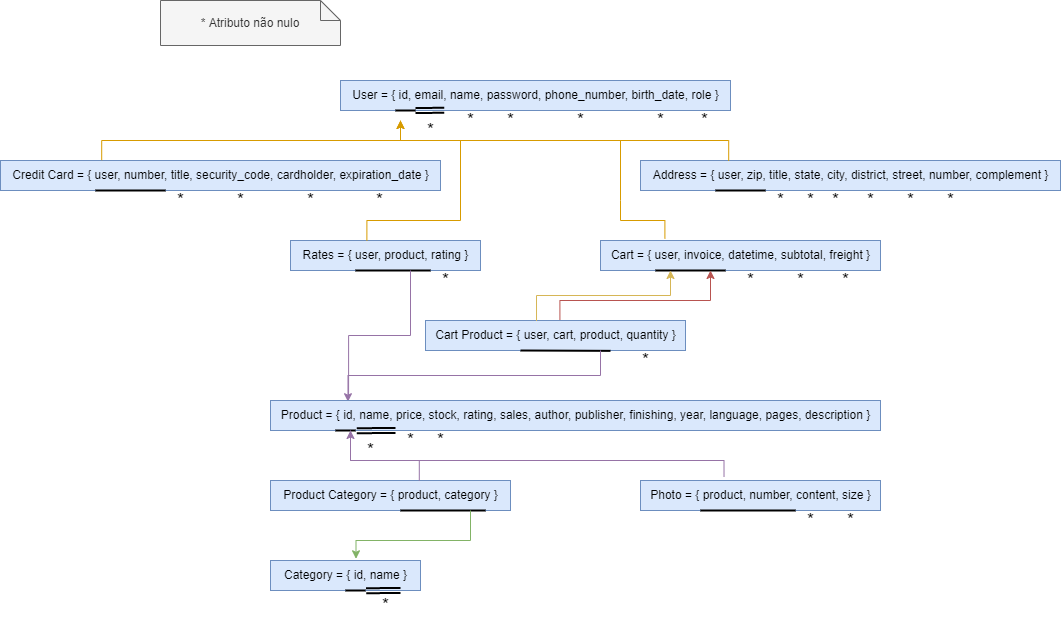
Earlier version of the draw.io export github/MR.png (jlrconstantino/bookstore-ecommerce). Source tidied: cells renumbered, new cells last; positions are measured from the earlier drawing's top-left corner, leaving out a move shared by most shapes.
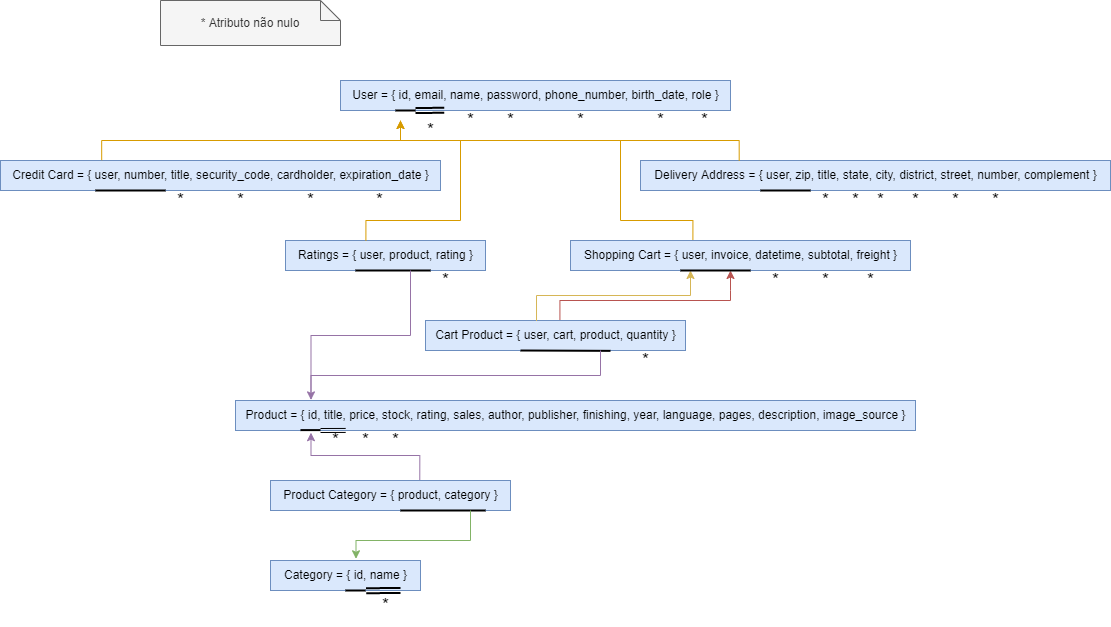
Above is the later version.

Diff of the diagram source:
```diff
@@ -5,32 +5,11 @@
     <mxCell id="2" value="* Atributo não nulo" style="shape=note;size=20;whiteSpace=wrap;html=1;fillColor=#f5f5f5;fontColor=#333333;strokeColor=#666666;" parent="1" vertex="1">
       <mxGeometry x="160" width="180" height="45" as="geometry" />
     </mxCell>
-    <mxCell id="3" style="group;" parent="1" vertex="1">
-      <mxGeometry x="600" y="240" width="280" height="60" as="geometry" />
-    </mxCell>
-    <mxCell id="4" value="Cart = { user, invoice, datetime, subtotal, freight }" style="text;html=1;align=center;verticalAlign=middle;points=[];strokeColor=#6c8ebf;fillColor=#dae8fc;fontSize=12;" parent="3" vertex="1">
-      <mxGeometry width="280" height="30" as="geometry" />
-    </mxCell>
-    <mxCell id="5" style="endArrow=none;html=1;rounded=0;strokeWidth=2;" parent="3" edge="1">
-      <mxGeometry relative="1" as="geometry">
-        <mxPoint x="55" y="30" as="sourcePoint" />
-        <mxPoint x="125" y="30" as="targetPoint" />
-      </mxGeometry>
-    </mxCell>
-    <mxCell id="6" value="*" style="text;html=1;align=center;verticalAlign=middle;strokeColor=none;fillColor=none;fontSize=18;" parent="3" vertex="1">
-      <mxGeometry x="135" y="20" width="30" height="40" as="geometry" />
-    </mxCell>
-    <mxCell id="7" value="*" style="text;html=1;align=center;verticalAlign=middle;strokeColor=none;fillColor=none;fontSize=18;" parent="3" vertex="1">
-      <mxGeometry x="185" y="20" width="30" height="40" as="geometry" />
-    </mxCell>
-    <mxCell id="8" value="*" style="text;html=1;align=center;verticalAlign=middle;strokeColor=none;fillColor=none;fontSize=18;" parent="3" vertex="1">
-      <mxGeometry x="230" y="20" width="30" height="40" as="geometry" />
-    </mxCell>
     <mxCell id="9" style="group;" parent="1" vertex="1">
-      <mxGeometry x="290" y="240" width="190" height="60" as="geometry" />
+      <mxGeometry x="290" y="240" width="195" height="60" as="geometry" />
     </mxCell>
-    <mxCell id="10" value="Rates = { user, product, rating }" style="text;html=1;align=center;verticalAlign=middle;points=[];strokeColor=#6c8ebf;fillColor=#dae8fc;fontSize=12;" parent="9" vertex="1">
-      <mxGeometry width="190" height="30" as="geometry" />
+    <mxCell id="10" value="Ratings = { user, product, rating }" style="text;html=1;align=center;verticalAlign=middle;points=[];strokeColor=#6c8ebf;fillColor=#dae8fc;fontSize=12;" parent="9" vertex="1">
+      <mxGeometry x="-5" width="200" height="30" as="geometry" />
     </mxCell>
     <mxCell id="11" style="endArrow=none;html=1;rounded=0;strokeWidth=2;" parent="9" edge="1">
       <mxGeometry relative="1" as="geometry">
@@ -41,24 +20,6 @@
     <mxCell id="12" value="*" style="text;html=1;align=center;verticalAlign=middle;strokeColor=none;fillColor=none;fontSize=18;" parent="9" vertex="1">
       <mxGeometry x="140" y="20" width="30" height="40" as="geometry" />
     </mxCell>
-    <mxCell id="13" style="group;" parent="1" vertex="1">
-      <mxGeometry x="640" y="480" width="240" height="60" as="geometry" />
-    </mxCell>
-    <mxCell id="14" value="Photo = { product, number, content, size }" style="text;html=1;align=center;verticalAlign=middle;points=[];strokeColor=#6c8ebf;fillColor=#dae8fc;fontSize=12;" parent="13" vertex="1">
-      <mxGeometry width="240" height="30" as="geometry" />
-    </mxCell>
-    <mxCell id="15" style="endArrow=none;html=1;rounded=0;strokeWidth=2;" parent="13" edge="1">
-      <mxGeometry relative="1" as="geometry">
-        <mxPoint x="60" y="30" as="sourcePoint" />
-        <mxPoint x="155" y="30" as="targetPoint" />
-      </mxGeometry>
-    </mxCell>
-    <mxCell id="16" value="*" style="text;html=1;align=center;verticalAlign=middle;strokeColor=none;fillColor=none;fontSize=18;" parent="13" vertex="1">
-      <mxGeometry x="155" y="20" width="30" height="40" as="geometry" />
-    </mxCell>
-    <mxCell id="17" value="*" style="text;html=1;align=center;verticalAlign=middle;strokeColor=none;fillColor=none;fontSize=18;" parent="13" vertex="1">
-      <mxGeometry x="195" y="20" width="30" height="40" as="geometry" />
-    </mxCell>
     <mxCell id="18" style="group;" parent="1" vertex="1">
       <mxGeometry y="160" width="440" height="60" as="geometry" />
     </mxCell>
@@ -84,34 +45,34 @@
       <mxGeometry x="364" y="20" width="30" height="40" as="geometry" />
     </mxCell>
     <mxCell id="25" style="group;" parent="1" vertex="1">
-      <mxGeometry x="640" y="160" width="420" height="60" as="geometry" />
+      <mxGeometry x="640" y="160" width="445" height="60" as="geometry" />
     </mxCell>
-    <mxCell id="26" value="Address = { user, zip, title, state, city, district, street, number, complement }" style="text;html=1;align=center;verticalAlign=middle;points=[];strokeColor=#6c8ebf;fillColor=#dae8fc;" parent="25" vertex="1">
-      <mxGeometry width="420" height="30" as="geometry" />
+    <mxCell id="26" value="Delivery Address = { user, zip, title, state, city, district, street, number, complement }" style="text;html=1;align=center;verticalAlign=middle;points=[];strokeColor=#6c8ebf;fillColor=#dae8fc;" parent="25" vertex="1">
+      <mxGeometry width="470" height="30" as="geometry" />
     </mxCell>
     <mxCell id="27" style="endArrow=none;html=1;rounded=0;strokeWidth=2;" parent="25" edge="1">
       <mxGeometry relative="1" as="geometry">
-        <mxPoint x="75" y="30" as="sourcePoint" />
-        <mxPoint x="125" y="30" as="targetPoint" />
+        <mxPoint x="120" y="30" as="sourcePoint" />
+        <mxPoint x="170" y="30" as="targetPoint" />
       </mxGeometry>
     </mxCell>
     <mxCell id="28" value="*" style="text;html=1;align=center;verticalAlign=middle;strokeColor=none;fillColor=none;fontSize=18;" parent="25" vertex="1">
-      <mxGeometry x="125" y="20" width="30" height="40" as="geometry" />
+      <mxGeometry x="170" y="20" width="30" height="40" as="geometry" />
     </mxCell>
     <mxCell id="29" value="*" style="text;html=1;align=center;verticalAlign=middle;strokeColor=none;fillColor=none;fontSize=18;" parent="25" vertex="1">
-      <mxGeometry x="155" y="20" width="30" height="40" as="geometry" />
+      <mxGeometry x="200" y="20" width="30" height="40" as="geometry" />
     </mxCell>
     <mxCell id="30" value="*" style="text;html=1;align=center;verticalAlign=middle;strokeColor=none;fillColor=none;fontSize=18;" parent="25" vertex="1">
-      <mxGeometry x="180" y="20" width="30" height="40" as="geometry" />
+      <mxGeometry x="225" y="20" width="30" height="40" as="geometry" />
     </mxCell>
     <mxCell id="31" value="*" style="text;html=1;align=center;verticalAlign=middle;strokeColor=none;fillColor=none;fontSize=18;" parent="25" vertex="1">
-      <mxGeometry x="215" y="20" width="30" height="40" as="geometry" />
+      <mxGeometry x="260" y="20" width="30" height="40" as="geometry" />
     </mxCell>
     <mxCell id="32" value="*" style="text;html=1;align=center;verticalAlign=middle;strokeColor=none;fillColor=none;fontSize=18;" parent="25" vertex="1">
-      <mxGeometry x="255" y="20" width="30" height="40" as="geometry" />
+      <mxGeometry x="300" y="20" width="30" height="40" as="geometry" />
     </mxCell>
     <mxCell id="33" value="*" style="text;html=1;align=center;verticalAlign=middle;strokeColor=none;fillColor=none;fontSize=18;" parent="25" vertex="1">
-      <mxGeometry x="295" y="20" width="30" height="40" as="geometry" />
+      <mxGeometry x="340" y="20" width="30" height="40" as="geometry" />
     </mxCell>
     <mxCell id="34" style="group;" parent="1" vertex="1">
       <mxGeometry x="340" y="80" width="390" height="70" as="geometry" />
@@ -169,25 +130,15 @@
         </Array>
       </mxGeometry>
     </mxCell>
-    <mxCell id="47" style="endArrow=none;startArrow=none;html=1;rounded=0;fontSize=12;strokeWidth=1;fillColor=#ffe6cc;strokeColor=#d79b00;edgeStyle=orthogonalEdgeStyle;startFill=0;endFill=0;exitX=0.23;exitY=-0.067;exitDx=0;exitDy=0;exitPerimeter=0;" parent="1" edge="1" source="4">
+    <mxCell id="47" style="endArrow=none;startArrow=none;html=1;rounded=0;fontSize=12;strokeWidth=1;fillColor=#ffe6cc;strokeColor=#d79b00;edgeStyle=orthogonalEdgeStyle;startFill=0;endFill=0;exitX=0.36;exitY=-0.02;exitDx=0;exitDy=0;exitPerimeter=0;" parent="1" edge="1" source="4">
       <mxGeometry relative="1" as="geometry">
         <mxPoint x="620" y="140" as="targetPoint" />
         <Array as="points">
-          <mxPoint x="664" y="220" />
+          <mxPoint x="692" y="220" />
           <mxPoint x="620" y="220" />
-          <mxPoint x="620" y="200" />
         </Array>
       </mxGeometry>
     </mxCell>
-    <mxCell id="48" style="endArrow=classic;startArrow=none;html=1;rounded=0;fontSize=12;strokeWidth=1;startFill=0;exitX=0.348;exitY=-0.119;exitDx=0;exitDy=0;exitPerimeter=0;edgeStyle=orthogonalEdgeStyle;fillColor=#e1d5e7;strokeColor=#9673a6;" parent="1" edge="1" source="14">
-      <mxGeometry relative="1" as="geometry">
-        <mxPoint x="350" y="430" as="targetPoint" />
-        <Array as="points">
-          <mxPoint x="724" y="460" />
-          <mxPoint x="350" y="460" />
-        </Array>
-      </mxGeometry>
-    </mxCell>
     <mxCell id="49" style="group;" parent="1" vertex="1">
       <mxGeometry x="425" y="320" width="260" height="60" as="geometry" />
     </mxCell>
@@ -205,55 +156,29 @@
     </mxCell>
     <mxCell id="53" style="endArrow=classic;startArrow=none;html=1;rounded=0;fontSize=12;strokeWidth=1;startFill=0;exitX=0.427;exitY=0.017;exitDx=0;exitDy=0;exitPerimeter=0;fillColor=#fff2cc;strokeColor=#d6b656;edgeStyle=orthogonalEdgeStyle;" parent="1" edge="1" source="50">
       <mxGeometry relative="1" as="geometry">
-        <mxPoint x="670" y="270" as="targetPoint" />
+        <mxPoint x="690" y="270" as="targetPoint" />
       </mxGeometry>
     </mxCell>
     <mxCell id="54" style="endArrow=classic;startArrow=none;html=1;rounded=0;fontSize=12;strokeWidth=1;exitX=0.517;exitY=-0.017;exitDx=0;exitDy=0;exitPerimeter=0;edgeStyle=orthogonalEdgeStyle;fillColor=#f8cecc;strokeColor=#b85450;startFill=0;" parent="1" edge="1" source="50">
       <mxGeometry relative="1" as="geometry">
-        <mxPoint x="710" y="270" as="targetPoint" />
+        <mxPoint x="730" y="270" as="targetPoint" />
         <Array as="points">
           <mxPoint x="559" y="300" />
-          <mxPoint x="710" y="300" />
+          <mxPoint x="730" y="300" />
+          <mxPoint x="730" y="290" />
         </Array>
       </mxGeometry>
     </mxCell>
-    <mxCell id="55" style="endArrow=none;startArrow=classic;html=1;rounded=0;fontSize=12;strokeWidth=1;exitX=0.127;exitY=0.04;exitDx=0;exitDy=0;exitPerimeter=0;edgeStyle=orthogonalEdgeStyle;fillColor=#e1d5e7;strokeColor=#9673a6;endFill=0;" parent="1" edge="1" source="58">
+    <mxCell id="55" style="endArrow=none;startArrow=classic;html=1;rounded=0;fontSize=12;strokeWidth=1;exitX=0.111;exitY=-0.02;exitDx=0;exitDy=0;exitPerimeter=0;edgeStyle=orthogonalEdgeStyle;fillColor=#e1d5e7;strokeColor=#9673a6;endFill=0;" parent="1" edge="1" source="58">
       <mxGeometry relative="1" as="geometry">
         <mxPoint x="600" y="350" as="targetPoint" />
       </mxGeometry>
     </mxCell>
-    <mxCell id="56" style="endArrow=none;startArrow=none;html=1;rounded=0;fontSize=12;strokeWidth=1;fillColor=#e1d5e7;strokeColor=#9673a6;exitX=0.128;exitY=-0.081;exitDx=0;exitDy=0;exitPerimeter=0;endFill=0;edgeStyle=orthogonalEdgeStyle;startFill=0;" parent="1" edge="1" source="58">
+    <mxCell id="56" style="endArrow=none;startArrow=none;html=1;rounded=0;fontSize=12;strokeWidth=1;fillColor=#e1d5e7;strokeColor=#9673a6;exitX=0.111;exitY=-0.06;exitDx=0;exitDy=0;exitPerimeter=0;endFill=0;edgeStyle=orthogonalEdgeStyle;startFill=0;" parent="1" edge="1" source="58">
       <mxGeometry relative="1" as="geometry">
         <mxPoint x="410" y="270" as="targetPoint" />
       </mxGeometry>
     </mxCell>
-    <mxCell id="57" style="group;" parent="1" vertex="1">
-      <mxGeometry x="270" y="400" width="610" height="70" as="geometry" />
-    </mxCell>
-    <mxCell id="58" value="Product = { id, name, price, stock, rating, sales, author, publisher, finishing, year, language, pages, description }" style="text;html=1;align=center;verticalAlign=middle;points=[];strokeColor=#6c8ebf;fillColor=#dae8fc;fontSize=12;" parent="57" vertex="1">
-      <mxGeometry width="610" height="30" as="geometry" />
-    </mxCell>
-    <mxCell id="59" style="endArrow=none;html=1;rounded=0;strokeWidth=2;" parent="57" edge="1">
-      <mxGeometry relative="1" as="geometry">
-        <mxPoint x="65" y="30" as="sourcePoint" />
-        <mxPoint x="85" y="30" as="targetPoint" />
-      </mxGeometry>
-    </mxCell>
-    <mxCell id="60" style="endArrow=none;html=1;rounded=0;strokeWidth=2;shape=link;" parent="57" edge="1">
-      <mxGeometry relative="1" as="geometry">
-        <mxPoint x="86.3" y="30.2" as="sourcePoint" />
-        <mxPoint x="125" y="30" as="targetPoint" />
-      </mxGeometry>
-    </mxCell>
-    <mxCell id="61" value="*" style="text;html=1;align=center;verticalAlign=middle;strokeColor=none;fillColor=none;fontSize=18;" parent="57" vertex="1">
-      <mxGeometry x="85" y="30" width="30" height="40" as="geometry" />
-    </mxCell>
-    <mxCell id="62" value="*" style="text;html=1;align=center;verticalAlign=middle;strokeColor=none;fillColor=none;fontSize=18;" parent="57" vertex="1">
-      <mxGeometry x="125" y="20" width="30" height="40" as="geometry" />
-    </mxCell>
-    <mxCell id="63" value="*" style="text;html=1;align=center;verticalAlign=middle;strokeColor=none;fillColor=none;fontSize=18;" parent="57" vertex="1">
-      <mxGeometry x="155" y="20" width="30" height="40" as="geometry" />
-    </mxCell>
     <mxCell id="64" style="group;" parent="1" vertex="1">
       <mxGeometry x="270" y="480" width="240" height="30" as="geometry" />
     </mxCell>
@@ -287,15 +212,6 @@
     <mxCell id="71" value="*" style="text;html=1;align=center;verticalAlign=middle;strokeColor=none;fillColor=none;fontSize=18;" parent="67" vertex="1">
       <mxGeometry x="100" y="25" width="30" height="40" as="geometry" />
     </mxCell>
-    <mxCell id="72" style="endArrow=none;startArrow=none;html=1;rounded=0;exitX=0.62;exitY=0;exitDx=0;exitDy=0;exitPerimeter=0;endFill=0;edgeStyle=orthogonalEdgeStyle;fillColor=#e1d5e7;strokeColor=#9673a6;startFill=0;" parent="1" edge="1" source="65">
-      <mxGeometry relative="1" as="geometry">
-        <mxPoint x="350" y="430" as="targetPoint" />
-        <Array as="points">
-          <mxPoint x="419" y="460" />
-          <mxPoint x="350" y="460" />
-        </Array>
-      </mxGeometry>
-    </mxCell>
     <mxCell id="73" style="endArrow=none;startArrow=classic;html=1;rounded=0;exitX=0.57;exitY=-0.057;exitDx=0;exitDy=0;exitPerimeter=0;fillColor=#d5e8d4;strokeColor=#82b366;edgeStyle=orthogonalEdgeStyle;startFill=1;endFill=0;" parent="1" edge="1" source="68">
       <mxGeometry relative="1" as="geometry">
         <mxPoint x="470" y="510" as="targetPoint" />
@@ -305,5 +221,49 @@
         </Array>
       </mxGeometry>
     </mxCell>
+    <mxCell id="58" value="Product = { id, title, price, stock, rating, sales, author, publisher, finishing, year, language, pages, description, image_source }" style="text;html=1;align=center;verticalAlign=middle;points=[];strokeColor=#6c8ebf;fillColor=#dae8fc;fontSize=12;" parent="1" vertex="1">
+      <mxGeometry x="235" y="400" width="680" height="30" as="geometry" />
+    </mxCell>
+    <mxCell id="59" style="endArrow=none;html=1;rounded=0;strokeWidth=2;" parent="1" edge="1">
+      <mxGeometry relative="1" as="geometry">
+        <mxPoint x="300" y="429.6" as="sourcePoint" />
+        <mxPoint x="320" y="429.6" as="targetPoint" />
+      </mxGeometry>
+    </mxCell>
+    <mxCell id="61" value="*" style="text;html=1;align=center;verticalAlign=middle;strokeColor=none;fillColor=none;fontSize=18;" parent="1" vertex="1">
+      <mxGeometry x="320" y="420" width="30" height="40" as="geometry" />
+    </mxCell>
+    <mxCell id="62" value="*" style="text;html=1;align=center;verticalAlign=middle;strokeColor=none;fillColor=none;fontSize=18;" parent="1" vertex="1">
+      <mxGeometry x="350" y="420" width="30" height="40" as="geometry" />
+    </mxCell>
+    <mxCell id="63" value="*" style="text;html=1;align=center;verticalAlign=middle;strokeColor=none;fillColor=none;fontSize=18;" parent="1" vertex="1">
+      <mxGeometry x="380" y="420" width="30" height="40" as="geometry" />
+    </mxCell>
+    <mxCell id="74" style="endArrow=classic;startArrow=none;html=1;rounded=0;exitX=0.622;exitY=-0.02;exitDx=0;exitDy=0;exitPerimeter=0;entryX=0.111;entryY=1.073;entryDx=0;entryDy=0;entryPerimeter=0;fillColor=#e1d5e7;strokeColor=#9673a6;edgeStyle=orthogonalEdgeStyle;startFill=0;" parent="1" edge="1" source="65" target="58">
+      <mxGeometry relative="1" as="geometry" />
+    </mxCell>
+    <mxCell id="75" style="endArrow=none;html=1;rounded=0;entryX=0.162;entryY=0.998;entryDx=0;entryDy=0;entryPerimeter=0;shape=link;" parent="1" edge="1" target="58">
+      <mxGeometry relative="1" as="geometry">
+        <mxPoint x="320" y="430" as="sourcePoint" />
+      </mxGeometry>
+    </mxCell>
+    <mxCell id="4" value="Shopping Cart = { user, invoice, datetime, subtotal, freight }" style="text;html=1;align=center;verticalAlign=middle;points=[];strokeColor=#6c8ebf;fillColor=#dae8fc;fontSize=12;" parent="1" vertex="1">
+      <mxGeometry x="570" y="240" width="340" height="30" as="geometry" />
+    </mxCell>
+    <mxCell id="5" style="endArrow=none;html=1;rounded=0;strokeWidth=2;" parent="1" edge="1">
+      <mxGeometry relative="1" as="geometry">
+        <mxPoint x="680" y="270" as="sourcePoint" />
+        <mxPoint x="750" y="270" as="targetPoint" />
+      </mxGeometry>
+    </mxCell>
+    <mxCell id="6" value="*" style="text;html=1;align=center;verticalAlign=middle;strokeColor=none;fillColor=none;fontSize=18;" parent="1" vertex="1">
+      <mxGeometry x="760" y="260" width="30" height="40" as="geometry" />
+    </mxCell>
+    <mxCell id="7" value="*" style="text;html=1;align=center;verticalAlign=middle;strokeColor=none;fillColor=none;fontSize=18;" parent="1" vertex="1">
+      <mxGeometry x="810" y="260" width="30" height="40" as="geometry" />
+    </mxCell>
+    <mxCell id="8" value="*" style="text;html=1;align=center;verticalAlign=middle;strokeColor=none;fillColor=none;fontSize=18;" parent="1" vertex="1">
+      <mxGeometry x="855" y="260" width="30" height="40" as="geometry" />
+    </mxCell>
   </root>
 </mxGraphModel>
```
